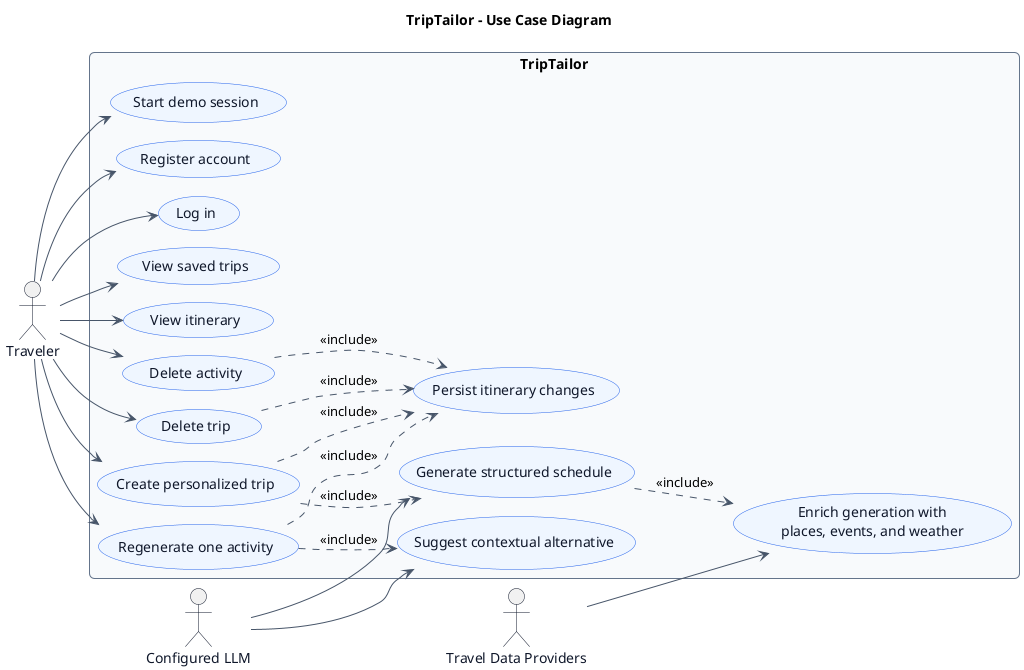
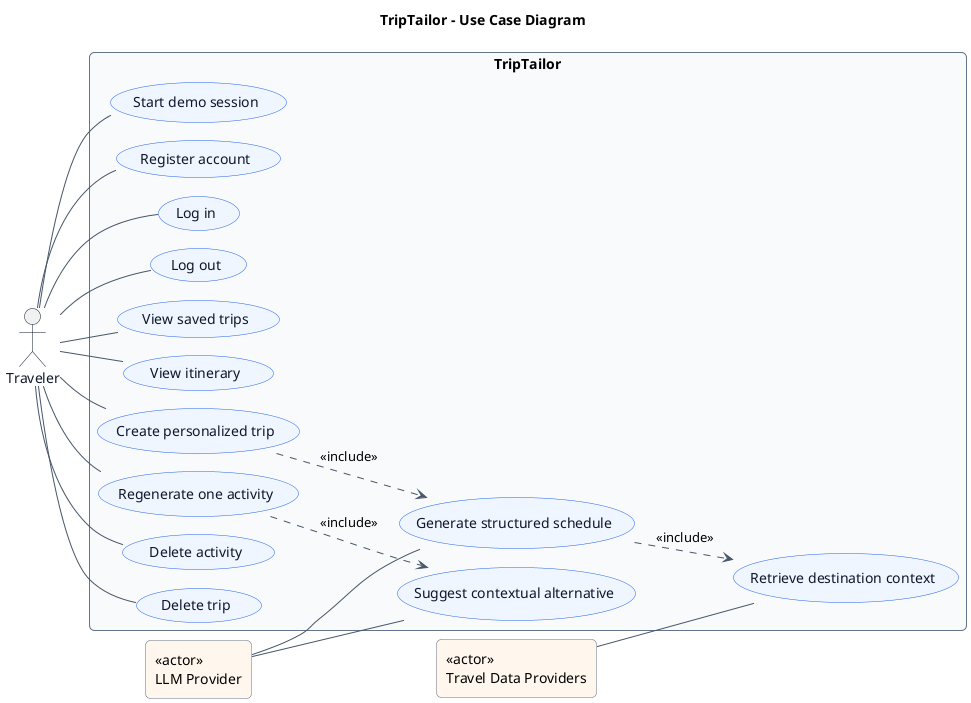
@startuml use-case-diagram
!pragma layout smetana
title TripTailor - Use Case Diagram

left to right direction
skinparam backgroundColor #FFFFFF
skinparam shadowing false
skinparam roundCorner 10
skinparam defaultFontName Arial
skinparam ArrowColor #475569
skinparam actor {
  BorderColor #0F172A
  FontColor #0F172A
}
skinparam usecase {
  BackgroundColor #EFF6FF
  BorderColor #2563EB
  FontColor #0F172A
}
skinparam rectangle {
  BorderColor #64748B
  BackgroundColor #F8FAFC
}

actor Traveler
- actor "Configured LLM" as LLM
- actor "Travel Data Providers" as Providers
+ rectangle "«actor»\nLLM Provider" as LLM #FFF7ED
+ rectangle "«actor»\nTravel Data Providers" as Providers #FFF7ED

rectangle "TripTailor" {
  usecase "Start demo session" as Demo
  usecase "Register account" as Register
  usecase "Log in" as Login
+   usecase "Log out" as Logout
  usecase "View saved trips" as ListTrips
  usecase "View itinerary" as ViewTrip
  usecase "Create personalized trip" as CreateTrip
  usecase "Generate structured schedule" as Generate
-   usecase "Enrich generation with\nplaces, events, and weather" as Enrich
+   usecase "Retrieve destination context" as Enrich
  usecase "Regenerate one activity" as Regenerate
  usecase "Suggest contextual alternative" as Alternative
  usecase "Delete activity" as DeleteActivity
  usecase "Delete trip" as DeleteTrip
-   usecase "Persist itinerary changes" as Persist
}

- Traveler --> Demo
- Traveler --> Register
- Traveler --> Login
- Traveler --> ListTrips
- Traveler --> ViewTrip
- Traveler --> CreateTrip
- Traveler --> Regenerate
- Traveler --> DeleteActivity
- Traveler --> DeleteTrip
+ Traveler -- Demo
+ Traveler -- Register
+ Traveler -- Login
+ Traveler -- Logout
+ Traveler -- ListTrips
+ Traveler -- ViewTrip
+ Traveler -- CreateTrip
+ Traveler -- Regenerate
+ Traveler -- DeleteActivity
+ Traveler -- DeleteTrip

CreateTrip ..> Generate : <<include>>
- CreateTrip ..> Persist : <<include>>
Generate ..> Enrich : <<include>>
Regenerate ..> Alternative : <<include>>
- Regenerate ..> Persist : <<include>>
- DeleteActivity ..> Persist : <<include>>
- DeleteTrip ..> Persist : <<include>>

- LLM --> Generate
- LLM --> Alternative
- Providers --> Enrich
+ LLM -- Generate
+ LLM -- Alternative
+ Providers -- Enrich

@enduml
